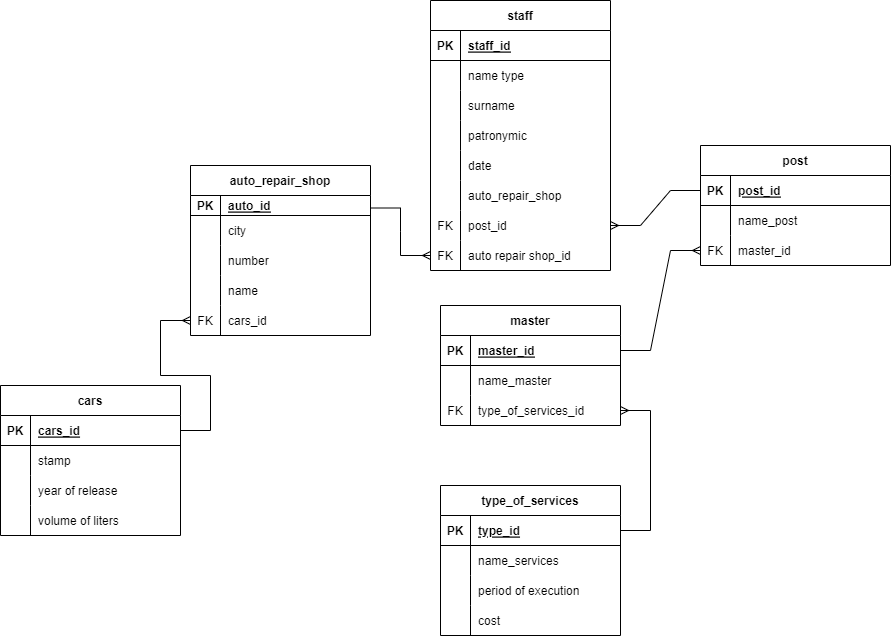
tengenonelove/lovesomemama keeps this draw.io diagram as labbbb3.drawio.png. Above is the earlier version. Source tidied: cells renumbered, new cells last; positions are measured from the earlier drawing's top-left corner, leaving out a move shared by most shapes.
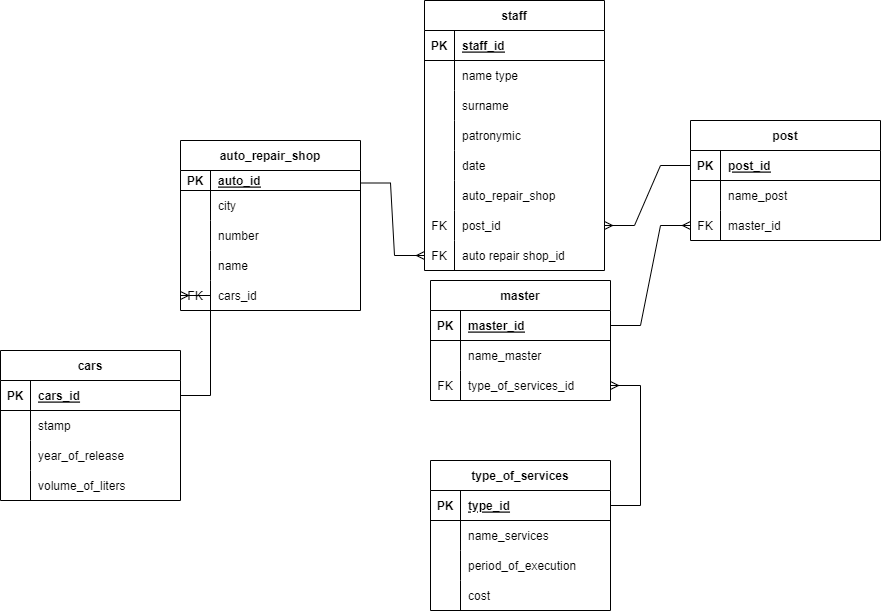
The same file after the commit.

What changed in the source:
```diff
@@ -3,7 +3,7 @@
     <mxCell id="0" />
     <mxCell id="1" parent="0" />
     <mxCell id="2" value="staff" style="shape=table;startSize=30;rowLines=0;fontStyle=1;align=center;" parent="1" vertex="1">
-      <mxGeometry x="430" width="180" height="270" as="geometry" />
+      <mxGeometry x="434" y="25" width="180" height="270" as="geometry" />
     </mxCell>
     <mxCell id="3" style="shape=tableRow;horizontal=0;startSize=0;swimlaneHead=0;swimlaneBody=0;fillColor=none;top=0;left=0;right=0;bottom=1;" parent="2" vertex="1">
       <mxGeometry y="30" width="180" height="30" as="geometry" />
@@ -156,7 +156,7 @@
       <mxGeometry x="30" width="150" height="30" as="geometry" />
     </mxCell>
     <mxCell id="53" value="cars" style="shape=table;startSize=30;rowLines=0;fontStyle=1;align=center;" parent="1" vertex="1">
-      <mxGeometry y="385" width="180" height="150" as="geometry" />
+      <mxGeometry x="10" y="375" width="180" height="150" as="geometry" />
     </mxCell>
     <mxCell id="54" style="shape=tableRow;horizontal=0;startSize=0;swimlaneHead=0;swimlaneBody=0;fillColor=none;points=[[0,0.5],[1,0.5]];portConstraint=eastwest;top=0;left=0;right=0;bottom=1;" parent="53" vertex="1">
       <mxGeometry y="30" width="180" height="30" as="geometry" />
@@ -182,7 +182,7 @@
     <mxCell id="61" style="shape=partialRectangle;fillColor=none;top=0;left=0;bottom=0;right=0;overflow=hidden;" parent="60" vertex="1">
       <mxGeometry width="30" height="30" as="geometry" />
     </mxCell>
-    <mxCell id="62" value="year of release" style="shape=partialRectangle;fillColor=none;top=0;left=0;bottom=0;right=0;align=left;spacingLeft=6;overflow=hidden;" parent="60" vertex="1">
+    <mxCell id="62" value="year_of_release" style="shape=partialRectangle;fillColor=none;top=0;left=0;bottom=0;right=0;align=left;spacingLeft=6;overflow=hidden;" parent="60" vertex="1">
       <mxGeometry x="30" width="150" height="30" as="geometry" />
     </mxCell>
     <mxCell id="63" style="shape=tableRow;horizontal=0;startSize=0;swimlaneHead=0;swimlaneBody=0;fillColor=none;top=0;left=0;right=0;bottom=0;" parent="53" vertex="1">
@@ -191,7 +191,7 @@
     <mxCell id="64" style="shape=partialRectangle;fillColor=none;top=0;left=0;bottom=0;right=0;overflow=hidden;" parent="63" vertex="1">
       <mxGeometry width="30" height="30" as="geometry" />
     </mxCell>
-    <mxCell id="65" value="volume of liters" style="shape=partialRectangle;fillColor=none;top=0;left=0;bottom=0;right=0;align=left;spacingLeft=6;overflow=hidden;" parent="63" vertex="1">
+    <mxCell id="65" value="volume_of_liters" style="shape=partialRectangle;fillColor=none;top=0;left=0;bottom=0;right=0;align=left;spacingLeft=6;overflow=hidden;" parent="63" vertex="1">
       <mxGeometry x="30" width="150" height="30" as="geometry" />
     </mxCell>
     <mxCell id="66" value="type_of_services" style="shape=table;startSize=30;rowLines=0;fontStyle=1;align=center;" parent="1" vertex="1">
@@ -221,7 +221,7 @@
     <mxCell id="74" style="shape=partialRectangle;fillColor=none;top=0;left=0;bottom=0;right=0;overflow=hidden;" parent="73" vertex="1">
       <mxGeometry width="30" height="30" as="geometry" />
     </mxCell>
-    <mxCell id="75" value="period of execution" style="shape=partialRectangle;fillColor=none;top=0;left=0;bottom=0;right=0;align=left;spacingLeft=6;overflow=hidden;" parent="73" vertex="1">
+    <mxCell id="75" value="period_of_execution" style="shape=partialRectangle;fillColor=none;top=0;left=0;bottom=0;right=0;align=left;spacingLeft=6;overflow=hidden;" parent="73" vertex="1">
       <mxGeometry x="30" width="150" height="30" as="geometry" />
     </mxCell>
     <mxCell id="76" style="shape=tableRow;horizontal=0;startSize=0;swimlaneHead=0;swimlaneBody=0;fillColor=none;top=0;left=0;right=0;bottom=0;" parent="66" vertex="1">
```
